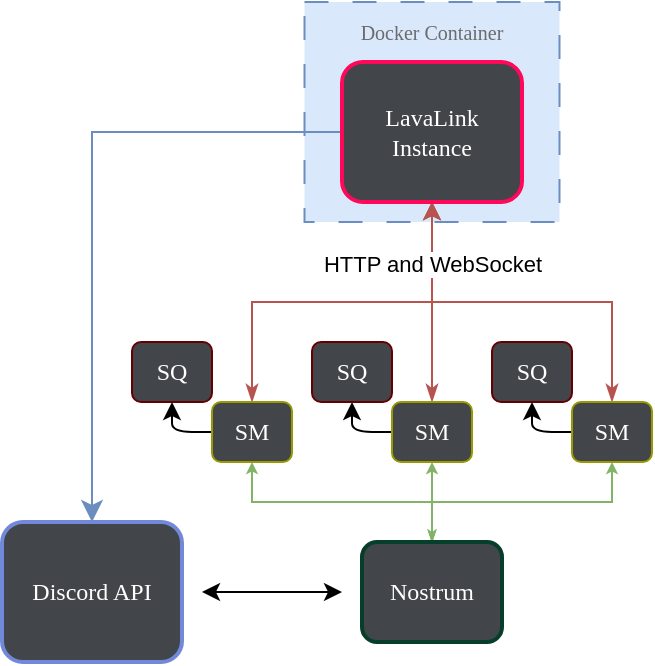
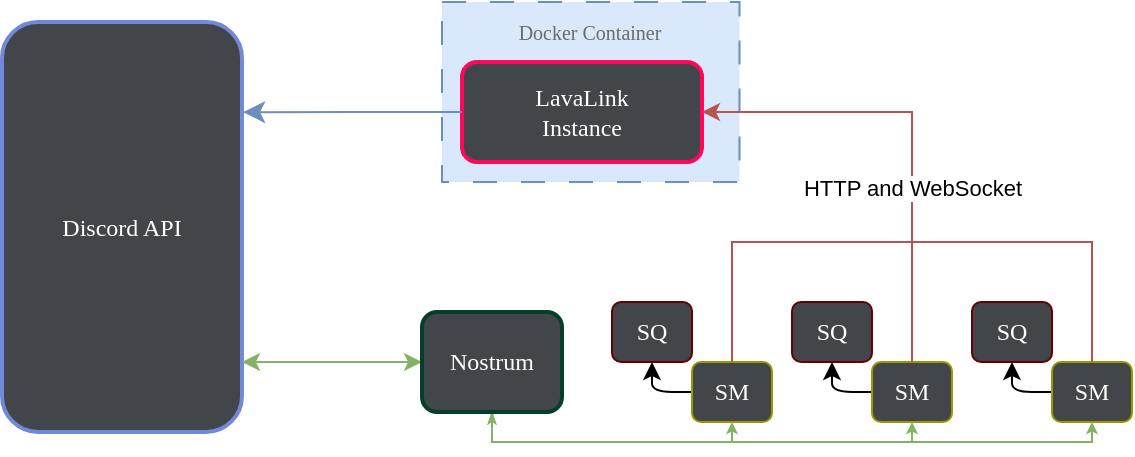
<mxfile host="app.diagrams.net">
  <diagram name="Page-1" id="N8UZd_fB5DctJ2m3m3_i">
-     <mxGraphModel dx="846" dy="572" grid="1" gridSize="10" guides="1" tooltips="1" connect="1" arrows="1" fold="1" page="1" pageScale="1" pageWidth="850" pageHeight="1100" math="0" shadow="0">
+     <mxGraphModel dx="2018" dy="790" grid="1" gridSize="10" guides="1" tooltips="1" connect="1" arrows="1" fold="1" page="1" pageScale="1" pageWidth="850" pageHeight="1100" math="0" shadow="0">
      <root>
        <mxCell id="0" />
        <mxCell id="1" parent="0" />
-         <mxCell id="Z7AGnvAbECCYZp1WuN4X-36" parent="1" style="rounded=0;whiteSpace=wrap;html=1;dashed=1;fillColor=#dae8fc;strokeColor=#6c8ebf;textShadow=0;dashPattern=12 12;" value="" vertex="1">
-           <mxGeometry height="110" width="127.5" x="261.25" y="150" as="geometry" />
+         <mxCell id="Z7AGnvAbECCYZp1WuN4X-1" parent="1" style="rounded=1;whiteSpace=wrap;html=1;fontFamily=Verdana;fillColor=light-dark(#424549,#EDEDED);fontColor=light-dark(#ffffff, #ededed);strokeColor=#7289DA;strokeWidth=2;" value="Discord API" vertex="1">
+           <mxGeometry height="205" width="120" x="-130" y="180" as="geometry" />
        </mxCell>
-         <mxCell id="Z7AGnvAbECCYZp1WuN4X-1" parent="1" style="rounded=1;whiteSpace=wrap;html=1;fontFamily=Verdana;fillColor=light-dark(#424549,#EDEDED);fontColor=light-dark(#ffffff, #ededed);strokeColor=#7289DA;strokeWidth=2;" value="Discord API" vertex="1">
-           <mxGeometry height="70" width="90" x="110" y="410" as="geometry" />
-         </mxCell>
-         <mxCell id="Z7AGnvAbECCYZp1WuN4X-2" edge="1" parent="1" style="endArrow=classic;startArrow=classic;html=1;rounded=0;" value="">
+         <mxCell id="Z7AGnvAbECCYZp1WuN4X-2" edge="1" parent="1" source="Z7AGnvAbECCYZp1WuN4X-1" style="endArrow=classic;startArrow=classic;html=1;rounded=0;exitX=1;exitY=0.829;exitDx=0;exitDy=0;exitPerimeter=0;entryX=0;entryY=0.5;entryDx=0;entryDy=0;fillColor=#d5e8d4;strokeColor=#82b366;" target="Z7AGnvAbECCYZp1WuN4X-4" value="">
          <mxGeometry height="50" relative="1" width="50" as="geometry">
-             <mxPoint x="210" y="445" as="sourcePoint" />
-             <mxPoint x="280" y="445" as="targetPoint" />
+             <mxPoint y="350" as="sourcePoint" />
+             <mxPoint x="70" y="350" as="targetPoint" />
          </mxGeometry>
        </mxCell>
-         <mxCell id="Z7AGnvAbECCYZp1WuN4X-24" edge="1" parent="1" source="Z7AGnvAbECCYZp1WuN4X-4" style="endArrow=classic;html=1;rounded=0;entryX=0.5;entryY=1;entryDx=0;entryDy=0;endSize=3;exitX=0.5;exitY=0;exitDx=0;exitDy=0;edgeStyle=orthogonalEdgeStyle;fillColor=#d5e8d4;strokeColor=#82b366;startArrow=classicThin;startFill=1;startSize=3;" target="Z7AGnvAbECCYZp1WuN4X-6" value="">
+         <mxCell id="Z7AGnvAbECCYZp1WuN4X-24" edge="1" parent="1" source="Z7AGnvAbECCYZp1WuN4X-4" style="endArrow=classic;html=1;rounded=0;entryX=0.5;entryY=1;entryDx=0;entryDy=0;endSize=3;exitX=0.5;exitY=1;exitDx=0;exitDy=0;edgeStyle=orthogonalEdgeStyle;fillColor=#d5e8d4;strokeColor=#82b366;startArrow=classicThin;startFill=1;startSize=3;" target="Z7AGnvAbECCYZp1WuN4X-6" value="">
          <mxGeometry height="50" relative="1" width="50" as="geometry">
            <mxPoint x="235" y="400" as="sourcePoint" />
            <mxPoint x="330" y="380" as="targetPoint" />
          </mxGeometry>
        </mxCell>
-         <mxCell id="Z7AGnvAbECCYZp1WuN4X-25" edge="1" parent="1" source="Z7AGnvAbECCYZp1WuN4X-4" style="endArrow=classic;html=1;rounded=0;entryX=0.5;entryY=1;entryDx=0;entryDy=0;endSize=3;exitX=0.5;exitY=0;exitDx=0;exitDy=0;edgeStyle=orthogonalEdgeStyle;fillColor=#d5e8d4;strokeColor=#82b366;startArrow=classicThin;startFill=1;startSize=3;" target="Z7AGnvAbECCYZp1WuN4X-13" value="">
+         <mxCell id="Z7AGnvAbECCYZp1WuN4X-25" edge="1" parent="1" source="Z7AGnvAbECCYZp1WuN4X-4" style="endArrow=classic;html=1;rounded=0;entryX=0.5;entryY=1;entryDx=0;entryDy=0;endSize=3;exitX=0.5;exitY=1;exitDx=0;exitDy=0;edgeStyle=orthogonalEdgeStyle;fillColor=#d5e8d4;strokeColor=#82b366;startArrow=classicThin;startFill=1;startSize=3;" target="Z7AGnvAbECCYZp1WuN4X-13" value="">
          <mxGeometry height="50" relative="1" width="50" as="geometry">
-             <mxPoint x="325" y="400" as="sourcePoint" />
-             <mxPoint x="320" y="380" as="targetPoint" />
+             <Array as="points">
+               <mxPoint x="115" y="390" />
+               <mxPoint x="325" y="390" />
+             </Array>
+             <mxPoint x="110" y="325" as="sourcePoint" />
+             <mxPoint x="330" y="380" as="targetPoint" />
          </mxGeometry>
        </mxCell>
-         <mxCell id="Z7AGnvAbECCYZp1WuN4X-26" edge="1" parent="1" source="Z7AGnvAbECCYZp1WuN4X-4" style="endArrow=classic;html=1;rounded=0;entryX=0.5;entryY=1;entryDx=0;entryDy=0;endSize=3;exitX=0.5;exitY=0;exitDx=0;exitDy=0;edgeStyle=orthogonalEdgeStyle;fillColor=#d5e8d4;strokeColor=#82b366;startArrow=classicThin;startFill=1;startSize=3;" target="Z7AGnvAbECCYZp1WuN4X-16" value="">
+         <mxCell id="Z7AGnvAbECCYZp1WuN4X-26" edge="1" parent="1" source="Z7AGnvAbECCYZp1WuN4X-4" style="endArrow=classic;html=1;rounded=0;entryX=0.5;entryY=1;entryDx=0;entryDy=0;endSize=3;exitX=0.5;exitY=1;exitDx=0;exitDy=0;edgeStyle=orthogonalEdgeStyle;fillColor=#d5e8d4;strokeColor=#82b366;startArrow=classicThin;startFill=1;startSize=3;" target="Z7AGnvAbECCYZp1WuN4X-16" value="">
          <mxGeometry height="50" relative="1" width="50" as="geometry">
+             <Array as="points">
+               <mxPoint x="115" y="390" />
+               <mxPoint x="415" y="390" />
+             </Array>
            <mxPoint x="415" y="400" as="sourcePoint" />
            <mxPoint x="410" y="380" as="targetPoint" />
          </mxGeometry>
        </mxCell>
-         <mxCell id="Z7AGnvAbECCYZp1WuN4X-27" edge="1" parent="1" source="Z7AGnvAbECCYZp1WuN4X-13" style="edgeStyle=orthogonalEdgeStyle;rounded=0;orthogonalLoop=1;jettySize=auto;html=1;entryX=0.5;entryY=1;entryDx=0;entryDy=0;fillColor=#f8cecc;strokeColor=#b85450;startArrow=classicThin;startFill=1;" target="Z7AGnvAbECCYZp1WuN4X-3">
-           <mxGeometry relative="1" as="geometry" />
-         </mxCell>
-         <mxCell id="Z7AGnvAbECCYZp1WuN4X-28" edge="1" parent="1" source="Z7AGnvAbECCYZp1WuN4X-6" style="edgeStyle=orthogonalEdgeStyle;rounded=0;orthogonalLoop=1;jettySize=auto;html=1;entryX=0.5;entryY=1;entryDx=0;entryDy=0;fillColor=#f8cecc;strokeColor=#b85450;startArrow=classicThin;startFill=1;" target="Z7AGnvAbECCYZp1WuN4X-3">
-           <mxGeometry relative="1" as="geometry">
-             <Array as="points">
-               <mxPoint x="235" y="300" />
-               <mxPoint x="325" y="300" />
-             </Array>
-           </mxGeometry>
-         </mxCell>
-         <mxCell id="Z7AGnvAbECCYZp1WuN4X-29" edge="1" parent="1" source="Z7AGnvAbECCYZp1WuN4X-16" style="edgeStyle=orthogonalEdgeStyle;rounded=0;orthogonalLoop=1;jettySize=auto;html=1;entryX=0.5;entryY=1;entryDx=0;entryDy=0;fillColor=#f8cecc;strokeColor=#b85450;startArrow=classicThin;startFill=1;" target="Z7AGnvAbECCYZp1WuN4X-3">
-           <mxGeometry relative="1" as="geometry">
-             <Array as="points">
-               <mxPoint x="415" y="300" />
-               <mxPoint x="325" y="300" />
-             </Array>
-           </mxGeometry>
-         </mxCell>
-         <mxCell id="Z7AGnvAbECCYZp1WuN4X-35" connectable="0" parent="Z7AGnvAbECCYZp1WuN4X-29" style="edgeLabel;html=1;align=center;verticalAlign=middle;resizable=0;points=[];labelBackgroundColor=default;" value="HTTP and WebSocket" vertex="1">
-           <mxGeometry relative="1" x="0.6722" as="geometry">
-             <mxPoint as="offset" />
-           </mxGeometry>
-         </mxCell>
        <mxCell id="Z7AGnvAbECCYZp1WuN4X-4" parent="1" style="rounded=1;whiteSpace=wrap;html=1;fontFamily=Verdana;fillColor=light-dark(#424549,#EDEDED);fontColor=light-dark(#ffffff, #ededed);strokeColor=#063E2A;strokeWidth=2;" value="Nostrum" vertex="1">
-           <mxGeometry height="50" width="70" x="290" y="420" as="geometry" />
+           <mxGeometry height="50" width="70" x="80" y="325" as="geometry" />
        </mxCell>
        <mxCell id="Z7AGnvAbECCYZp1WuN4X-18" connectable="0" parent="1" style="group" value="" vertex="1">
          <mxGeometry height="60" width="260" x="175" y="320" as="geometry" />
        </mxCell>
        <mxCell id="Z7AGnvAbECCYZp1WuN4X-11" edge="1" parent="Z7AGnvAbECCYZp1WuN4X-18" source="Z7AGnvAbECCYZp1WuN4X-6" style="edgeStyle=orthogonalEdgeStyle;rounded=1;orthogonalLoop=1;jettySize=auto;html=1;entryX=0.5;entryY=1;entryDx=0;entryDy=0;curved=0;exitX=0;exitY=0.5;exitDx=0;exitDy=0;" target="Z7AGnvAbECCYZp1WuN4X-7">
          <mxGeometry relative="1" as="geometry">
            <Array as="points">
              <mxPoint x="20" y="45" />
            </Array>
          </mxGeometry>
        </mxCell>
        <mxCell id="Z7AGnvAbECCYZp1WuN4X-6" parent="Z7AGnvAbECCYZp1WuN4X-18" style="rounded=1;whiteSpace=wrap;html=1;fontFamily=Verdana;fillColor=light-dark(#424549,#EDEDED);fontColor=light-dark(#ffffff, #ededed);strokeColor=#999900;strokeWidth=1;" value="SM" vertex="1">
          <mxGeometry height="30" width="40" x="40" y="30" as="geometry" />
+         </mxCell>
+         <mxCell id="r01ZLFtnQInKLJccq9vV-6" edge="1" parent="Z7AGnvAbECCYZp1WuN4X-18" source="Z7AGnvAbECCYZp1WuN4X-6" style="edgeStyle=orthogonalEdgeStyle;rounded=0;orthogonalLoop=1;jettySize=auto;html=1;endArrow=none;endFill=0;fillColor=#f8cecc;strokeColor=#b85450;exitX=0.5;exitY=0;exitDx=0;exitDy=0;">
+           <mxGeometry relative="1" as="geometry">
+             <Array as="points">
+               <mxPoint x="60" y="-30" />
+             </Array>
+             <mxPoint x="150" y="-30" as="targetPoint" />
+           </mxGeometry>
        </mxCell>
        <mxCell id="Z7AGnvAbECCYZp1WuN4X-7" parent="Z7AGnvAbECCYZp1WuN4X-18" style="rounded=1;whiteSpace=wrap;html=1;fontFamily=Verdana;fillColor=light-dark(#424549,#EDEDED);fontColor=light-dark(#ffffff, #ededed);strokeColor=#660000;strokeWidth=1;" value="SQ" vertex="1">
          <mxGeometry height="30" width="40" as="geometry" />
        </mxCell>
        <mxCell id="Z7AGnvAbECCYZp1WuN4X-12" edge="1" parent="Z7AGnvAbECCYZp1WuN4X-18" source="Z7AGnvAbECCYZp1WuN4X-13" style="edgeStyle=orthogonalEdgeStyle;rounded=1;orthogonalLoop=1;jettySize=auto;html=1;entryX=0.5;entryY=1;entryDx=0;entryDy=0;curved=0;exitX=0;exitY=0.5;exitDx=0;exitDy=0;" target="Z7AGnvAbECCYZp1WuN4X-14">
          <mxGeometry relative="1" as="geometry">
            <Array as="points">
              <mxPoint x="110" y="45" />
            </Array>
          </mxGeometry>
        </mxCell>
        <mxCell id="Z7AGnvAbECCYZp1WuN4X-13" parent="Z7AGnvAbECCYZp1WuN4X-18" style="rounded=1;whiteSpace=wrap;html=1;fontFamily=Verdana;fillColor=light-dark(#424549,#EDEDED);fontColor=light-dark(#ffffff, #ededed);strokeColor=#999900;strokeWidth=1;" value="SM" vertex="1">
          <mxGeometry height="30" width="40" x="130" y="30" as="geometry" />
        </mxCell>
        <mxCell id="Z7AGnvAbECCYZp1WuN4X-14" parent="Z7AGnvAbECCYZp1WuN4X-18" style="rounded=1;whiteSpace=wrap;html=1;fontFamily=Verdana;fillColor=light-dark(#424549,#EDEDED);fontColor=light-dark(#ffffff, #ededed);strokeColor=#660000;strokeWidth=1;" value="SQ" vertex="1">
          <mxGeometry height="30" width="40" x="90" as="geometry" />
        </mxCell>
        <mxCell id="Z7AGnvAbECCYZp1WuN4X-15" edge="1" parent="Z7AGnvAbECCYZp1WuN4X-18" source="Z7AGnvAbECCYZp1WuN4X-16" style="edgeStyle=orthogonalEdgeStyle;rounded=1;orthogonalLoop=1;jettySize=auto;html=1;entryX=0.5;entryY=1;entryDx=0;entryDy=0;curved=0;exitX=0;exitY=0.5;exitDx=0;exitDy=0;" target="Z7AGnvAbECCYZp1WuN4X-17">
          <mxGeometry relative="1" as="geometry">
            <Array as="points">
              <mxPoint x="200" y="45" />
            </Array>
          </mxGeometry>
        </mxCell>
        <mxCell id="Z7AGnvAbECCYZp1WuN4X-16" parent="Z7AGnvAbECCYZp1WuN4X-18" style="rounded=1;whiteSpace=wrap;html=1;fontFamily=Verdana;fillColor=light-dark(#424549,#EDEDED);fontColor=light-dark(#ffffff, #ededed);strokeColor=#999900;strokeWidth=1;" value="SM" vertex="1">
          <mxGeometry height="30" width="40" x="220" y="30" as="geometry" />
        </mxCell>
        <mxCell id="Z7AGnvAbECCYZp1WuN4X-17" parent="Z7AGnvAbECCYZp1WuN4X-18" style="rounded=1;whiteSpace=wrap;html=1;fontFamily=Verdana;fillColor=light-dark(#424549,#EDEDED);fontColor=light-dark(#ffffff, #ededed);strokeColor=#660000;strokeWidth=1;" value="SQ" vertex="1">
          <mxGeometry height="30" width="40" x="180" as="geometry" />
        </mxCell>
-         <mxCell id="Z7AGnvAbECCYZp1WuN4X-31" edge="1" parent="1" source="Z7AGnvAbECCYZp1WuN4X-3" style="edgeStyle=orthogonalEdgeStyle;rounded=0;orthogonalLoop=1;jettySize=auto;html=1;entryX=0.5;entryY=0;entryDx=0;entryDy=0;startSize=6;endSize=8;fillColor=#dae8fc;strokeColor=#6c8ebf;" target="Z7AGnvAbECCYZp1WuN4X-1">
-           <mxGeometry relative="1" as="geometry" />
+         <mxCell id="r01ZLFtnQInKLJccq9vV-2" connectable="0" parent="1" style="group" value="" vertex="1">
+           <mxGeometry height="90" width="148.75" x="90" y="170" as="geometry" />
        </mxCell>
-         <mxCell id="Z7AGnvAbECCYZp1WuN4X-3" parent="1" style="rounded=1;whiteSpace=wrap;html=1;fontFamily=Verdana;fillColor=light-dark(#424549,#EDEDED);fontColor=light-dark(#ffffff, #ededed);strokeColor=#FF0859;strokeWidth=2;textShadow=0;labelBackgroundColor=none;labelBorderColor=none;" value="&lt;div&gt;LavaLink&lt;/div&gt;&lt;div&gt;Instance&lt;/div&gt;" vertex="1">
-           <mxGeometry height="70" width="90" x="280" y="180" as="geometry" />
+         <mxCell id="Z7AGnvAbECCYZp1WuN4X-36" parent="r01ZLFtnQInKLJccq9vV-2" style="rounded=0;whiteSpace=wrap;html=1;dashed=1;fillColor=#dae8fc;strokeColor=#6c8ebf;textShadow=0;dashPattern=12 12;" value="" vertex="1">
+           <mxGeometry height="90" width="148.75" as="geometry" />
        </mxCell>
-         <mxCell id="Z7AGnvAbECCYZp1WuN4X-37" parent="1" style="text;strokeColor=none;fillColor=none;align=center;verticalAlign=middle;rounded=0;fontFamily=Verdana;fontSize=10;labelBackgroundColor=none;labelBorderColor=none;textShadow=0;fontColor=#6B6B6B;whiteSpace=wrap;html=1;convertToSvg=0;svgWhiteSpace=wrap;horizontal=1;" value="Docker Container" vertex="1">
-           <mxGeometry height="30" width="90" x="280" y="150" as="geometry" />
+         <mxCell id="Z7AGnvAbECCYZp1WuN4X-37" parent="r01ZLFtnQInKLJccq9vV-2" style="text;strokeColor=none;fillColor=none;align=center;verticalAlign=middle;rounded=0;fontFamily=Verdana;fontSize=10;labelBackgroundColor=none;labelBorderColor=none;textShadow=0;fontColor=#6B6B6B;whiteSpace=wrap;html=1;convertToSvg=0;svgWhiteSpace=wrap;horizontal=1;" value="Docker Container" vertex="1">
+           <mxGeometry height="30" width="90" x="29.370000000000005" as="geometry" />
+         </mxCell>
+         <mxCell id="Z7AGnvAbECCYZp1WuN4X-3" parent="r01ZLFtnQInKLJccq9vV-2" style="rounded=1;whiteSpace=wrap;html=1;fontFamily=Verdana;fillColor=light-dark(#424549,#EDEDED);fontColor=light-dark(#ffffff, #ededed);strokeColor=#FF0859;strokeWidth=2;textShadow=0;labelBackgroundColor=none;labelBorderColor=none;" value="&lt;div&gt;LavaLink&lt;/div&gt;&lt;div&gt;Instance&lt;/div&gt;" vertex="1">
+           <mxGeometry height="50" width="120" x="10" y="30" as="geometry" />
+         </mxCell>
+         <mxCell id="r01ZLFtnQInKLJccq9vV-4" edge="1" parent="1" source="Z7AGnvAbECCYZp1WuN4X-13" style="edgeStyle=orthogonalEdgeStyle;rounded=0;orthogonalLoop=1;jettySize=auto;html=1;entryX=1;entryY=0.5;entryDx=0;entryDy=0;fillColor=#f8cecc;strokeColor=#b85450;" target="Z7AGnvAbECCYZp1WuN4X-3">
+           <mxGeometry relative="1" as="geometry">
+             <Array as="points">
+               <mxPoint x="325" y="225" />
+             </Array>
+           </mxGeometry>
+         </mxCell>
+         <mxCell id="r01ZLFtnQInKLJccq9vV-9" connectable="0" parent="r01ZLFtnQInKLJccq9vV-4" style="edgeLabel;html=1;align=center;verticalAlign=middle;resizable=0;points=[];" value="HTTP and WebSocket" vertex="1">
+           <mxGeometry relative="1" x="-0.2429" as="geometry">
+             <mxPoint as="offset" />
+           </mxGeometry>
+         </mxCell>
+         <mxCell id="r01ZLFtnQInKLJccq9vV-8" edge="1" parent="1" style="edgeStyle=orthogonalEdgeStyle;rounded=0;orthogonalLoop=1;jettySize=auto;html=1;endArrow=none;endFill=0;entryX=0.5;entryY=0;entryDx=0;entryDy=0;fillColor=#f8cecc;strokeColor=#b85450;" target="Z7AGnvAbECCYZp1WuN4X-16">
+           <mxGeometry relative="1" as="geometry">
+             <Array as="points">
+               <mxPoint x="320" y="290" />
+               <mxPoint x="415" y="290" />
+             </Array>
+             <mxPoint x="320" y="290" as="sourcePoint" />
+             <mxPoint x="430" y="290" as="targetPoint" />
+           </mxGeometry>
+         </mxCell>
+         <mxCell id="Z7AGnvAbECCYZp1WuN4X-31" edge="1" parent="1" source="Z7AGnvAbECCYZp1WuN4X-3" style="edgeStyle=orthogonalEdgeStyle;rounded=0;orthogonalLoop=1;jettySize=auto;html=1;entryX=1.005;entryY=0.22;entryDx=0;entryDy=0;startSize=6;endSize=8;fillColor=#dae8fc;strokeColor=#6c8ebf;entryPerimeter=0;" target="Z7AGnvAbECCYZp1WuN4X-1">
+           <mxGeometry relative="1" as="geometry">
+             <Array as="points" />
+           </mxGeometry>
        </mxCell>
      </root>
    </mxGraphModel>
  </diagram>
</mxfile>
